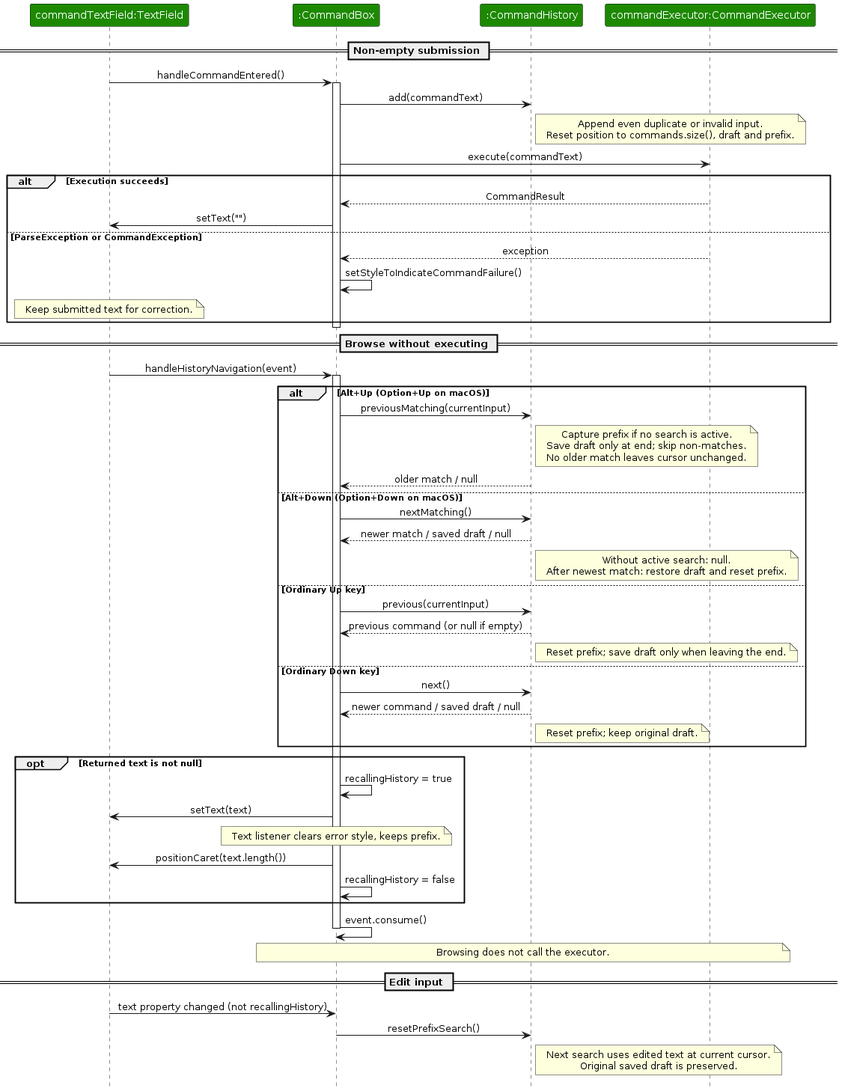
Before: diagrams/CommandHistorySequenceDiagram.png, a diagram exported from PlantUML (AY2627S1-CS2103T-F15-3/tp). Its source is kept beside it as diagrams/CommandHistorySequenceDiagram.puml.
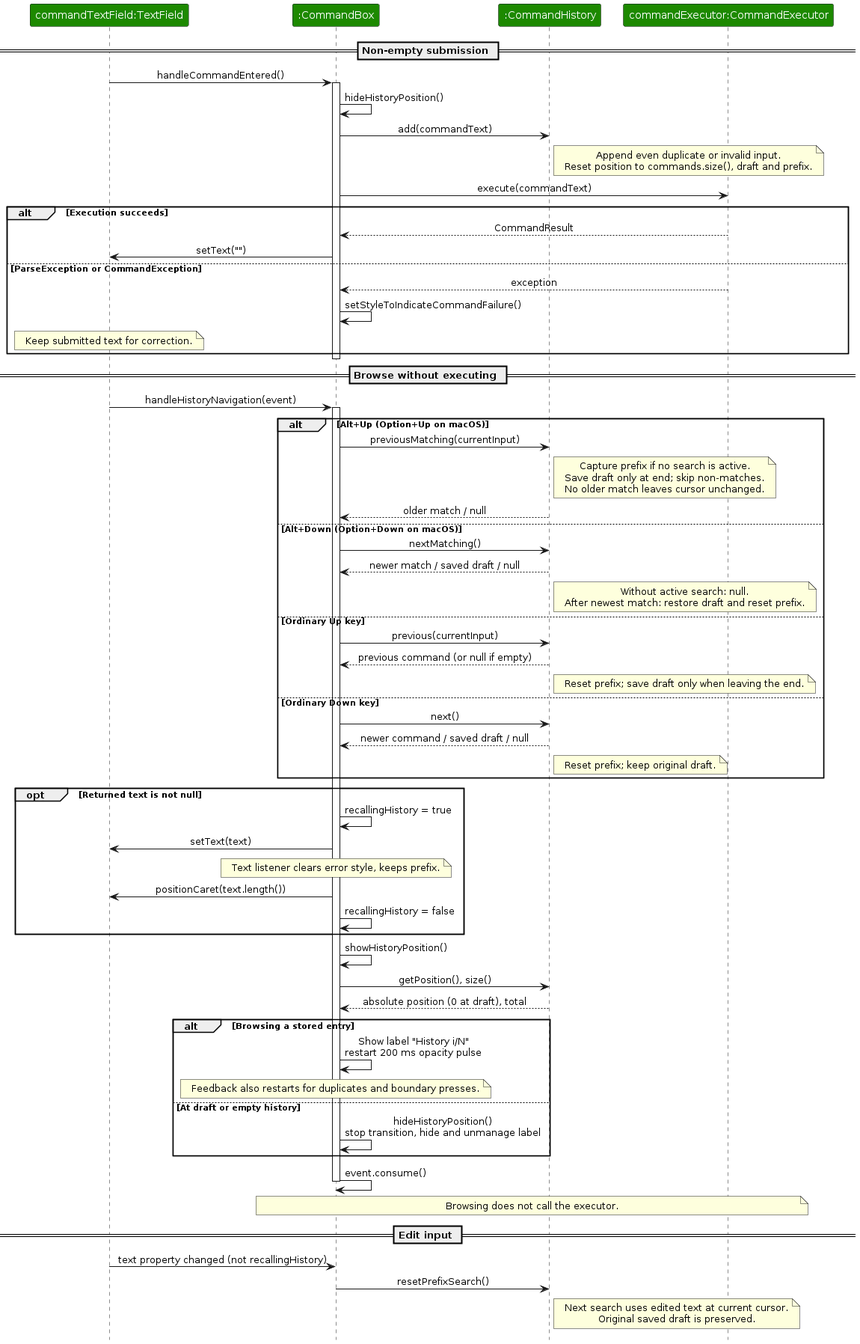
The same file after the commit.

What changed in the source:
```diff
@@ -9,6 +9,7 @@
 == Non-empty submission ==
 Field -> Box : handleCommandEntered()
 activate Box
+Box -> Box : hideHistoryPosition()
 Box -> History : add(commandText)
 note right of History
   Append even duplicate or invalid input.
@@ -59,6 +60,15 @@
   Box -> Field : positionCaret(text.length())
   Box -> Box : recallingHistory = false
 end
+Box -> Box : showHistoryPosition()
+Box -> History : getPosition(), size()
+History --> Box : absolute position (0 at draft), total
+alt Browsing a stored entry
+  Box -> Box : Show label "History i/N"\nrestart 200 ms opacity pulse
+  note over Box : Feedback also restarts for duplicates and boundary presses.
+else At draft or empty history
+  Box -> Box : hideHistoryPosition()\nstop transition, hide and unmanage label
+end
 Box -> Box : event.consume()
 deactivate Box
 note over Box, Executor : Browsing does not call the executor.
```
